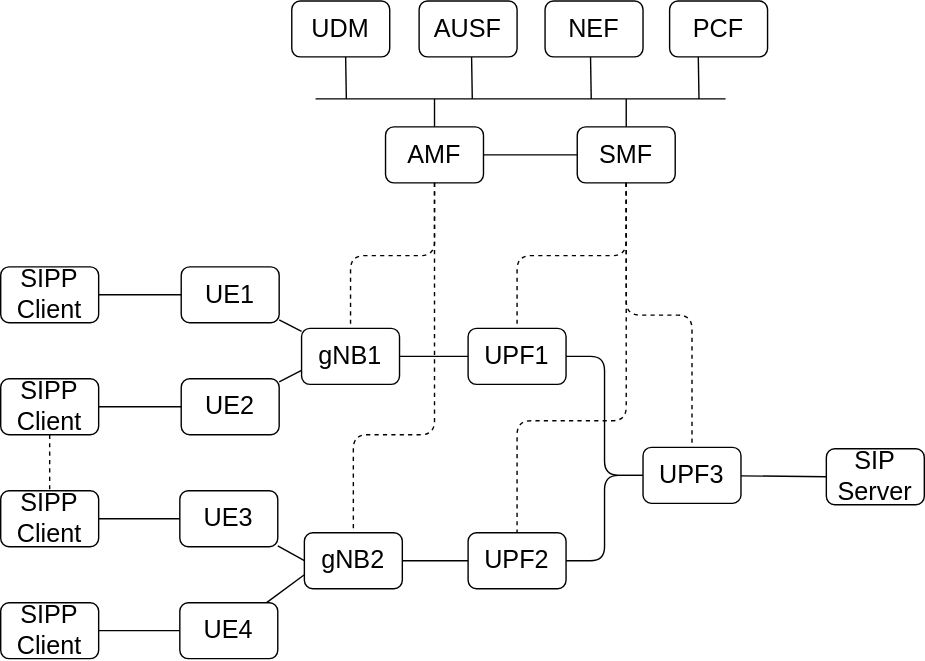
The draw.io diagram scenarios/advanced/lab.drawio.svg in brianpnaughton/free5gc-lab, before a commit. Source tidied: cells renumbered, new cells last; positions are measured from the earlier drawing's top-left corner, leaving out a move shared by most shapes.
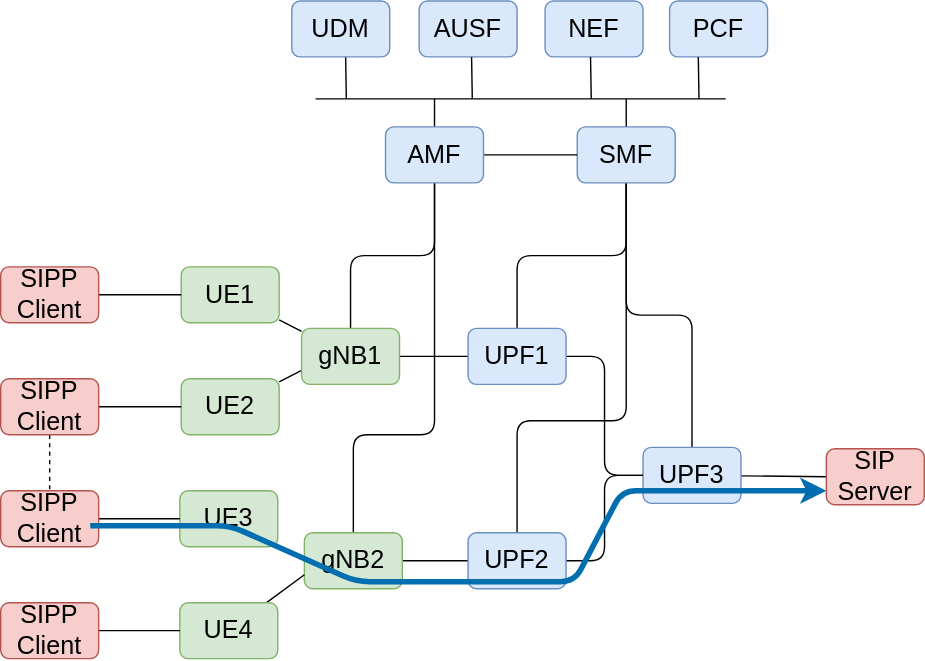
Later version of the same file.

Diff of the diagram source:
```diff
@@ -5,10 +5,10 @@
     <mxCell id="2" style="edgeStyle=none;html=1;fontSize=18;startArrow=none;startFill=0;endArrow=none;endFill=0;" parent="1" edge="1" source="3" target="41">
       <mxGeometry relative="1" as="geometry" />
     </mxCell>
-    <mxCell id="3" value="UE1" style="rounded=1;whiteSpace=wrap;html=1;fontSize=18;fillColor=none;" parent="1" vertex="1">
+    <mxCell id="3" value="UE1" style="rounded=1;whiteSpace=wrap;html=1;fontSize=18;fillColor=#d5e8d4;strokeColor=#82b366;" parent="1" vertex="1">
       <mxGeometry x="129" y="190" width="70" height="40" as="geometry" />
     </mxCell>
-    <mxCell id="4" style="edgeStyle=orthogonalEdgeStyle;html=1;entryX=0.5;entryY=0;entryDx=0;entryDy=0;fontSize=18;startArrow=none;startFill=0;endArrow=none;endFill=0;dashed=1;" parent="1" edge="1" source="8" target="17">
+    <mxCell id="4" style="edgeStyle=orthogonalEdgeStyle;html=1;entryX=0.5;entryY=0;entryDx=0;entryDy=0;fontSize=18;startArrow=none;startFill=0;endArrow=none;endFill=0;" parent="1" edge="1" source="8" target="17">
       <mxGeometry relative="1" as="geometry" />
     </mxCell>
     <mxCell id="5" style="edgeStyle=none;html=1;fontSize=18;startArrow=none;startFill=0;endArrow=none;endFill=0;" parent="1" edge="1" source="8">
@@ -16,10 +16,10 @@
         <mxPoint x="447" y="70" as="targetPoint" />
       </mxGeometry>
     </mxCell>
-    <mxCell id="6" style="edgeStyle=orthogonalEdgeStyle;html=1;entryX=0.5;entryY=0;entryDx=0;entryDy=0;endArrow=none;endFill=0;exitX=0.5;exitY=1;exitDx=0;exitDy=0;dashed=1;" parent="1" edge="1" source="8" target="40">
+    <mxCell id="6" style="edgeStyle=orthogonalEdgeStyle;html=1;entryX=0.5;entryY=0;entryDx=0;entryDy=0;endArrow=none;endFill=0;exitX=0.5;exitY=1;exitDx=0;exitDy=0;" parent="1" edge="1" source="8" target="40">
       <mxGeometry relative="1" as="geometry" />
     </mxCell>
-    <mxCell id="7" style="edgeStyle=orthogonalEdgeStyle;html=1;entryX=0.5;entryY=0;entryDx=0;entryDy=0;endArrow=none;endFill=0;exitX=0.5;exitY=1;exitDx=0;exitDy=0;dashed=1;" parent="1" edge="1" source="8" target="38">
+    <mxCell id="7" style="edgeStyle=orthogonalEdgeStyle;html=1;entryX=0.5;entryY=0;entryDx=0;entryDy=0;endArrow=none;endFill=0;exitX=0.5;exitY=1;exitDx=0;exitDy=0;" parent="1" edge="1" source="8" target="38">
       <mxGeometry relative="1" as="geometry">
         <Array as="points">
           <mxPoint x="447" y="300" />
@@ -27,10 +27,10 @@
         </Array>
       </mxGeometry>
     </mxCell>
-    <mxCell id="8" value="SMF" style="rounded=1;whiteSpace=wrap;html=1;fontSize=18;fillColor=none;" parent="1" vertex="1">
+    <mxCell id="8" value="SMF" style="rounded=1;whiteSpace=wrap;html=1;fontSize=18;fillColor=#dae8fc;strokeColor=#6c8ebf;" parent="1" vertex="1">
       <mxGeometry x="412" y="90" width="70" height="40" as="geometry" />
     </mxCell>
-    <mxCell id="9" style="edgeStyle=orthogonalEdgeStyle;html=1;entryX=0.5;entryY=0;entryDx=0;entryDy=0;fontSize=18;startArrow=none;startFill=0;endArrow=none;endFill=0;dashed=1;" parent="1" edge="1" source="13" target="41">
+    <mxCell id="9" style="edgeStyle=orthogonalEdgeStyle;html=1;entryX=0.5;entryY=0;entryDx=0;entryDy=0;fontSize=18;startArrow=none;startFill=0;endArrow=none;endFill=0;" parent="1" edge="1" source="13" target="41">
       <mxGeometry relative="1" as="geometry" />
     </mxCell>
     <mxCell id="10" style="edgeStyle=none;html=1;entryX=0;entryY=0.5;entryDx=0;entryDy=0;fontSize=18;startArrow=none;startFill=0;endArrow=none;endFill=0;" parent="1" edge="1" source="13" target="8">
@@ -41,7 +41,7 @@
         <mxPoint x="310" y="70" as="targetPoint" />
       </mxGeometry>
     </mxCell>
-    <mxCell id="12" style="edgeStyle=orthogonalEdgeStyle;html=1;entryX=0.5;entryY=0;entryDx=0;entryDy=0;endArrow=none;endFill=0;exitX=0.5;exitY=1;exitDx=0;exitDy=0;dashed=1;" parent="1" edge="1" source="13" target="32">
+    <mxCell id="12" style="edgeStyle=orthogonalEdgeStyle;html=1;entryX=0.5;entryY=0;entryDx=0;entryDy=0;endArrow=none;endFill=0;exitX=0.5;exitY=1;exitDx=0;exitDy=0;" parent="1" edge="1" source="13" target="32">
       <mxGeometry relative="1" as="geometry">
         <Array as="points">
           <mxPoint x="310" y="310" />
@@ -49,34 +49,34 @@
         </Array>
       </mxGeometry>
     </mxCell>
-    <mxCell id="13" value="AMF" style="rounded=1;whiteSpace=wrap;html=1;fontSize=18;fillColor=none;" parent="1" vertex="1">
+    <mxCell id="13" value="AMF" style="rounded=1;whiteSpace=wrap;html=1;fontSize=18;fillColor=#dae8fc;strokeColor=#6c8ebf;" parent="1" vertex="1">
       <mxGeometry x="275" y="90" width="70" height="40" as="geometry" />
     </mxCell>
     <mxCell id="14" style="edgeStyle=none;html=1;entryX=0;entryY=0.5;entryDx=0;entryDy=0;fontSize=18;startArrow=none;startFill=0;endArrow=none;endFill=0;exitX=1;exitY=0.5;exitDx=0;exitDy=0;" parent="1" edge="1" source="41" target="40">
       <mxGeometry relative="1" as="geometry" />
     </mxCell>
-    <mxCell id="15" value="PCF" style="rounded=1;whiteSpace=wrap;html=1;fontSize=18;fillColor=none;" parent="1" vertex="1">
+    <mxCell id="15" value="PCF" style="rounded=1;whiteSpace=wrap;html=1;fontSize=18;fillColor=#dae8fc;strokeColor=#6c8ebf;" parent="1" vertex="1">
       <mxGeometry x="478" width="70" height="40" as="geometry" />
     </mxCell>
     <mxCell id="16" style="edgeStyle=none;html=1;entryX=0;entryY=0.5;entryDx=0;entryDy=0;fontSize=18;startArrow=none;startFill=0;endArrow=none;endFill=0;" parent="1" edge="1" source="17" target="21">
       <mxGeometry relative="1" as="geometry" />
     </mxCell>
-    <mxCell id="17" value="UPF3" style="rounded=1;whiteSpace=wrap;html=1;fontSize=18;fillColor=none;" parent="1" vertex="1">
+    <mxCell id="17" value="UPF3" style="rounded=1;whiteSpace=wrap;html=1;fontSize=18;fillColor=#dae8fc;strokeColor=#6c8ebf;" parent="1" vertex="1">
       <mxGeometry x="459" y="319" width="70" height="40" as="geometry" />
     </mxCell>
-    <mxCell id="18" value="NEF" style="rounded=1;whiteSpace=wrap;html=1;fontSize=18;fillColor=none;" parent="1" vertex="1">
+    <mxCell id="18" value="NEF" style="rounded=1;whiteSpace=wrap;html=1;fontSize=18;fillColor=#dae8fc;strokeColor=#6c8ebf;" parent="1" vertex="1">
       <mxGeometry x="389" width="70" height="40" as="geometry" />
     </mxCell>
     <mxCell id="19" style="edgeStyle=none;html=1;entryX=0;entryY=0.5;entryDx=0;entryDy=0;fontSize=18;startArrow=none;startFill=0;endArrow=none;endFill=0;" parent="1" edge="1" source="20" target="3">
       <mxGeometry relative="1" as="geometry" />
     </mxCell>
-    <mxCell id="20" value="SIPP&lt;br&gt;Client" style="rounded=1;whiteSpace=wrap;html=1;fontSize=18;fillColor=none;" parent="1" vertex="1">
+    <mxCell id="20" value="SIPP&lt;br&gt;Client" style="rounded=1;whiteSpace=wrap;html=1;fontSize=18;fillColor=#f8cecc;strokeColor=#b85450;" parent="1" vertex="1">
       <mxGeometry y="190" width="70" height="40" as="geometry" />
     </mxCell>
-    <mxCell id="21" value="SIP Server" style="rounded=1;whiteSpace=wrap;html=1;fontSize=18;fillColor=none;" parent="1" vertex="1">
+    <mxCell id="21" value="SIP Server" style="rounded=1;whiteSpace=wrap;html=1;fontSize=18;fillColor=#f8cecc;strokeColor=#b85450;" parent="1" vertex="1">
       <mxGeometry x="590" y="320" width="70" height="40" as="geometry" />
     </mxCell>
-    <mxCell id="22" value="AUSF" style="rounded=1;whiteSpace=wrap;html=1;fontSize=18;fillColor=none;" parent="1" vertex="1">
+    <mxCell id="22" value="AUSF" style="rounded=1;whiteSpace=wrap;html=1;fontSize=18;fillColor=#dae8fc;strokeColor=#6c8ebf;" parent="1" vertex="1">
       <mxGeometry x="299" width="70" height="40" as="geometry" />
     </mxCell>
     <mxCell id="23" style="edgeStyle=none;html=1;fontSize=18;startArrow=none;startFill=0;endArrow=none;endFill=0;exitX=0.75;exitY=1;exitDx=0;exitDy=0;" parent="1" edge="1">
@@ -85,7 +85,7 @@
         <mxPoint x="247" y="70" as="targetPoint" />
       </mxGeometry>
     </mxCell>
-    <mxCell id="24" value="UDM" style="rounded=1;whiteSpace=wrap;html=1;fontSize=18;fillColor=none;" parent="1" vertex="1">
+    <mxCell id="24" value="UDM" style="rounded=1;whiteSpace=wrap;html=1;fontSize=18;fillColor=#dae8fc;strokeColor=#6c8ebf;" parent="1" vertex="1">
       <mxGeometry x="208" width="70" height="40" as="geometry" />
     </mxCell>
     <mxCell id="25" style="endArrow=none;html=1;fontSize=18;" parent="1" edge="1">
@@ -115,40 +115,40 @@
     <mxCell id="29" style="edgeStyle=none;html=1;entryX=0;entryY=0.5;entryDx=0;entryDy=0;endArrow=none;endFill=0;" parent="1" edge="1" source="30" target="32">
       <mxGeometry relative="1" as="geometry" />
     </mxCell>
-    <mxCell id="30" value="UE3" style="rounded=1;whiteSpace=wrap;html=1;fontSize=18;fillColor=none;" parent="1" vertex="1">
+    <mxCell id="30" value="UE3" style="rounded=1;whiteSpace=wrap;html=1;fontSize=18;fillColor=#d5e8d4;strokeColor=#82b366;" parent="1" vertex="1">
       <mxGeometry x="128" y="350" width="70" height="40" as="geometry" />
     </mxCell>
     <mxCell id="31" style="edgeStyle=none;html=1;entryX=0;entryY=0.5;entryDx=0;entryDy=0;endArrow=none;endFill=0;" parent="1" edge="1" source="32" target="38">
       <mxGeometry relative="1" as="geometry" />
     </mxCell>
-    <mxCell id="32" value="gNB2" style="rounded=1;whiteSpace=wrap;html=1;fontSize=18;fillColor=none;" parent="1" vertex="1">
+    <mxCell id="32" value="gNB2" style="rounded=1;whiteSpace=wrap;html=1;fontSize=18;fillColor=#d5e8d4;strokeColor=#82b366;" parent="1" vertex="1">
       <mxGeometry x="217" y="380" width="70" height="40" as="geometry" />
     </mxCell>
     <mxCell id="33" style="edgeStyle=none;html=1;entryX=0;entryY=0.75;entryDx=0;entryDy=0;endArrow=none;endFill=0;" parent="1" edge="1" source="34" target="41">
       <mxGeometry relative="1" as="geometry" />
     </mxCell>
-    <mxCell id="34" value="UE2" style="rounded=1;whiteSpace=wrap;html=1;fontSize=18;fillColor=none;" parent="1" vertex="1">
+    <mxCell id="34" value="UE2" style="rounded=1;whiteSpace=wrap;html=1;fontSize=18;fillColor=#d5e8d4;strokeColor=#82b366;" parent="1" vertex="1">
       <mxGeometry x="129" y="270" width="70" height="40" as="geometry" />
     </mxCell>
     <mxCell id="35" style="edgeStyle=none;html=1;entryX=0;entryY=0.75;entryDx=0;entryDy=0;endArrow=none;endFill=0;" parent="1" edge="1" source="36" target="32">
       <mxGeometry relative="1" as="geometry" />
     </mxCell>
-    <mxCell id="36" value="UE4" style="rounded=1;whiteSpace=wrap;html=1;fontSize=18;fillColor=none;" parent="1" vertex="1">
+    <mxCell id="36" value="UE4" style="rounded=1;whiteSpace=wrap;html=1;fontSize=18;fillColor=#d5e8d4;strokeColor=#82b366;" parent="1" vertex="1">
       <mxGeometry x="128" y="430" width="70" height="40" as="geometry" />
     </mxCell>
     <mxCell id="37" style="edgeStyle=orthogonalEdgeStyle;html=1;entryX=0;entryY=0.5;entryDx=0;entryDy=0;endArrow=none;endFill=0;exitX=1;exitY=0.5;exitDx=0;exitDy=0;" parent="1" edge="1" source="38" target="17">
       <mxGeometry relative="1" as="geometry" />
     </mxCell>
-    <mxCell id="38" value="UPF2" style="rounded=1;whiteSpace=wrap;html=1;fontSize=18;fillColor=none;" parent="1" vertex="1">
+    <mxCell id="38" value="UPF2" style="rounded=1;whiteSpace=wrap;html=1;fontSize=18;fillColor=#dae8fc;strokeColor=#6c8ebf;" parent="1" vertex="1">
       <mxGeometry x="334" y="380" width="70" height="40" as="geometry" />
     </mxCell>
     <mxCell id="39" style="edgeStyle=orthogonalEdgeStyle;html=1;entryX=0;entryY=0.5;entryDx=0;entryDy=0;endArrow=none;endFill=0;" parent="1" edge="1" source="40" target="17">
       <mxGeometry relative="1" as="geometry" />
     </mxCell>
-    <mxCell id="40" value="UPF1" style="rounded=1;whiteSpace=wrap;html=1;fontSize=18;fillColor=none;" parent="1" vertex="1">
+    <mxCell id="40" value="UPF1" style="rounded=1;whiteSpace=wrap;html=1;fontSize=18;fillColor=#dae8fc;strokeColor=#6c8ebf;" parent="1" vertex="1">
       <mxGeometry x="334" y="234" width="70" height="40" as="geometry" />
     </mxCell>
-    <mxCell id="41" value="gNB1" style="rounded=1;whiteSpace=wrap;html=1;fontSize=18;fillColor=none;" parent="1" vertex="1">
+    <mxCell id="41" value="gNB1" style="rounded=1;whiteSpace=wrap;html=1;fontSize=18;fillColor=#d5e8d4;strokeColor=#82b366;" parent="1" vertex="1">
       <mxGeometry x="215" y="234" width="70" height="40" as="geometry" />
     </mxCell>
     <mxCell id="42" style="edgeStyle=orthogonalEdgeStyle;html=1;entryX=0;entryY=0.5;entryDx=0;entryDy=0;endArrow=none;endFill=0;" parent="1" edge="1" source="44" target="34">
@@ -157,20 +157,32 @@
     <mxCell id="43" style="edgeStyle=orthogonalEdgeStyle;html=1;dashed=1;endArrow=none;endFill=0;" parent="1" edge="1" source="44" target="46">
       <mxGeometry relative="1" as="geometry" />
     </mxCell>
-    <mxCell id="44" value="SIPP&lt;br&gt;Client" style="rounded=1;whiteSpace=wrap;html=1;fontSize=18;fillColor=none;" parent="1" vertex="1">
+    <mxCell id="44" value="SIPP&lt;br&gt;Client" style="rounded=1;whiteSpace=wrap;html=1;fontSize=18;fillColor=#f8cecc;strokeColor=#b85450;" parent="1" vertex="1">
       <mxGeometry y="270" width="70" height="40" as="geometry" />
     </mxCell>
     <mxCell id="45" style="edgeStyle=orthogonalEdgeStyle;html=1;entryX=0;entryY=0.5;entryDx=0;entryDy=0;endArrow=none;endFill=0;" parent="1" edge="1" source="46" target="30">
       <mxGeometry relative="1" as="geometry" />
     </mxCell>
-    <mxCell id="46" value="SIPP&lt;br&gt;Client" style="rounded=1;whiteSpace=wrap;html=1;fontSize=18;fillColor=none;" parent="1" vertex="1">
+    <mxCell id="46" value="SIPP&lt;br&gt;Client" style="rounded=1;whiteSpace=wrap;html=1;fontSize=18;fillColor=#f8cecc;strokeColor=#b85450;" parent="1" vertex="1">
       <mxGeometry y="350" width="70" height="40" as="geometry" />
     </mxCell>
     <mxCell id="47" style="edgeStyle=orthogonalEdgeStyle;html=1;entryX=0;entryY=0.5;entryDx=0;entryDy=0;endArrow=none;endFill=0;" parent="1" edge="1" source="48" target="36">
       <mxGeometry relative="1" as="geometry" />
     </mxCell>
-    <mxCell id="48" value="SIPP&lt;br&gt;Client" style="rounded=1;whiteSpace=wrap;html=1;fontSize=18;fillColor=none;" parent="1" vertex="1">
+    <mxCell id="48" value="SIPP&lt;br&gt;Client" style="rounded=1;whiteSpace=wrap;html=1;fontSize=18;fillColor=#f8cecc;strokeColor=#b85450;" parent="1" vertex="1">
       <mxGeometry y="430" width="70" height="40" as="geometry" />
     </mxCell>
+    <mxCell id="49" style="endArrow=classic;html=1;strokeWidth=4;fillColor=#1ba1e2;strokeColor=#006EAF;" parent="1" edge="1">
+      <mxGeometry relative="1" as="geometry">
+        <mxPoint x="64" y="375" as="sourcePoint" />
+        <mxPoint x="590" y="350" as="targetPoint" />
+        <Array as="points">
+          <mxPoint x="164" y="375" />
+          <mxPoint x="254" y="415" />
+          <mxPoint x="410" y="415" />
+          <mxPoint x="444" y="350" />
+        </Array>
+      </mxGeometry>
+    </mxCell>
   </root>
 </mxGraphModel>
```
